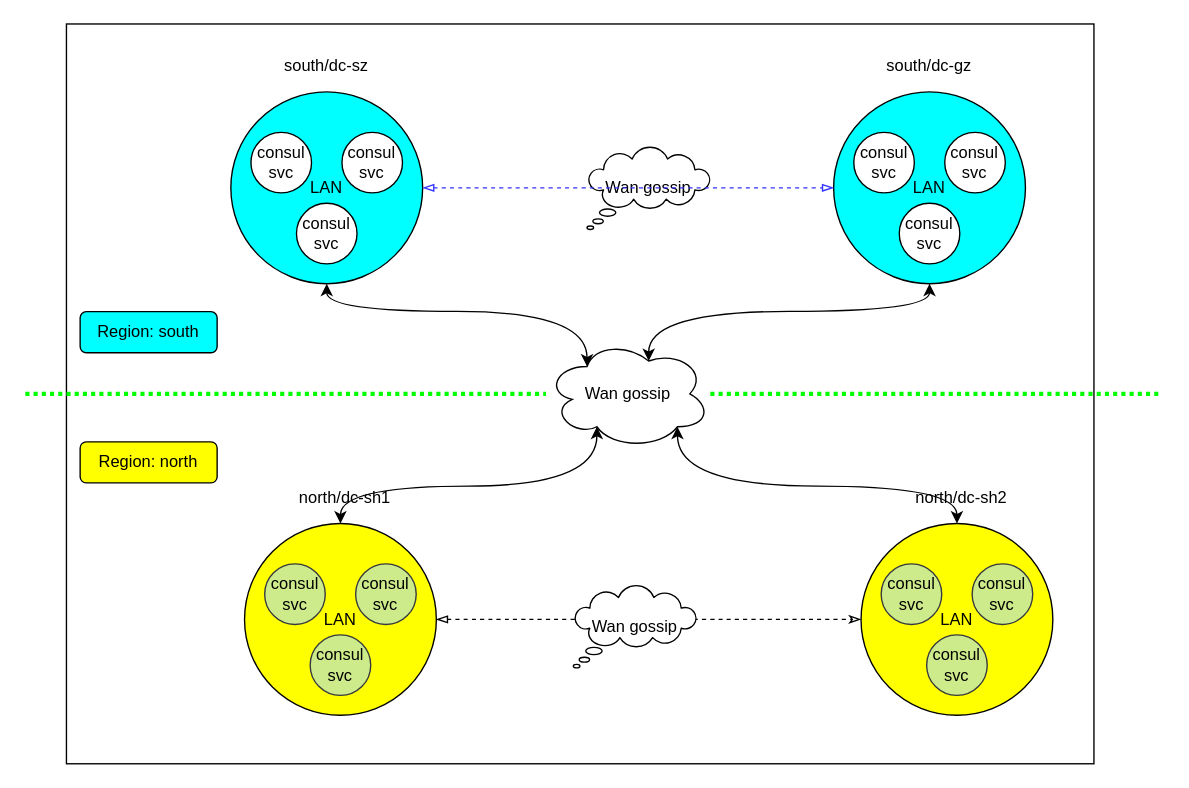
The draw.io diagram page "consul dc" (13 of 13) of sidecar.drawio in xinguai/asmshare, before the edit. Source tidied: cells renumbered, new cells numbered last; positions are measured from the earlier drawing's top-left corner, leaving out a move shared by most shapes. Both pictures are drawn from the tidied source at 137%, with x=0, y=0 at pixel (25, 23).
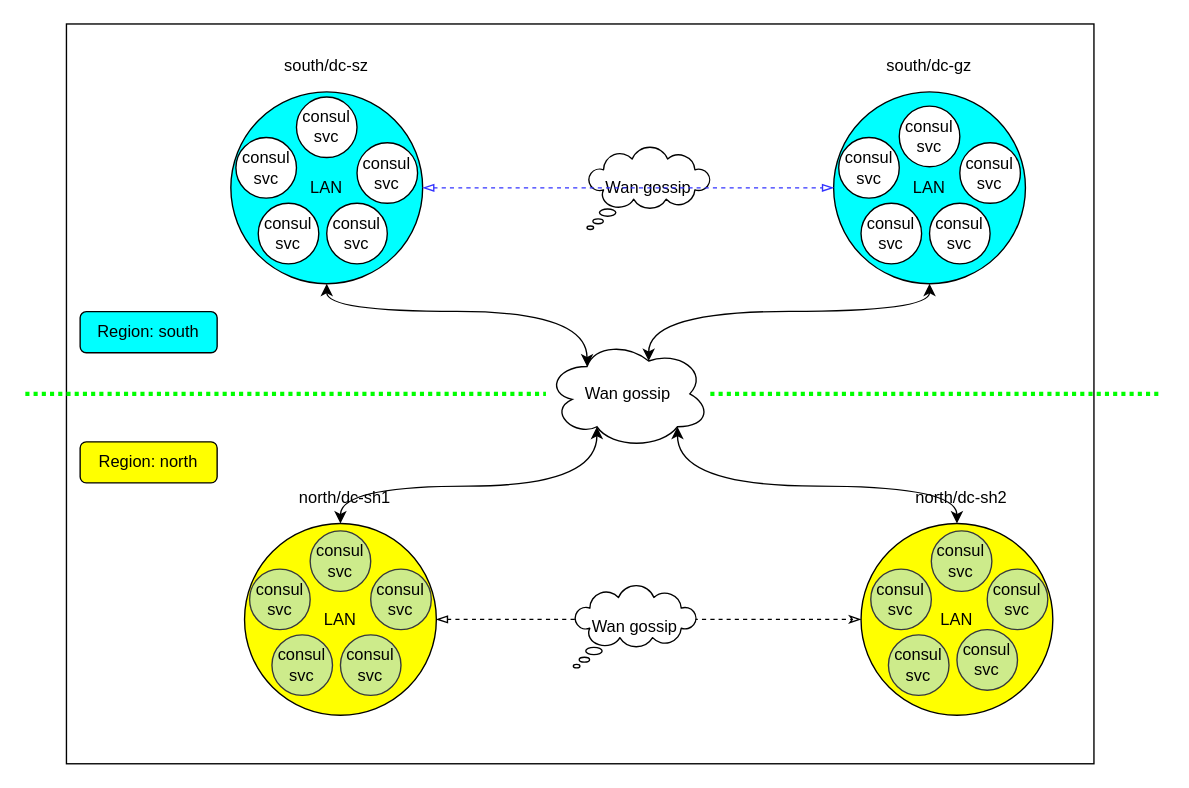
The same diagram, later.

The change refers to these unchanged cells:
```xml
<mxCell id="6" style="group;" parent="1" vertex="1">
  <mxGeometry x="150" y="20" width="140" height="170" as="geometry" />
</mxCell>
<mxCell id="14" style="group;" parent="1" vertex="1">
  <mxGeometry x="590" y="20" width="140" height="170" as="geometry" />
</mxCell>
<mxCell id="22" style="group;" parent="1" vertex="1">
  <mxGeometry x="160" y="335" width="140" height="170" as="geometry" />
</mxCell>
<mxCell id="28" style="group;" parent="1" vertex="1">
  <mxGeometry x="610" y="335" width="140" height="170" as="geometry" />
</mxCell>
```

What changed in the source:
```diff
@@
     <mxCell id="9" value="consul&lt;br&gt;svc" style="ellipse;whiteSpace=wrap;html=1;" parent="6" vertex="1">
-      <mxGeometry x="14.7" y="59.1" width="44.2" height="44.2" as="geometry" />
+      <mxGeometry x="47.9" y="33.3" width="44.2" height="44.2" as="geometry" />
     </mxCell>
     <mxCell id="10" value="consul&lt;br&gt;svc" style="ellipse;whiteSpace=wrap;html=1;" parent="6" vertex="1">
-      <mxGeometry x="81.1" y="59.1" width="44.2" height="44.2" as="geometry" />
+      <mxGeometry x="92.1" y="66.7" width="44.2" height="44.2" as="geometry" />
     </mxCell>
     <mxCell id="11" value="consul&lt;br&gt;svc" style="ellipse;whiteSpace=wrap;html=1;" parent="6" vertex="1">
-      <mxGeometry x="47.9" y="110.9" width="44.2" height="44.2" as="geometry" />
+      <mxGeometry x="70" y="110.9" width="44.2" height="44.2" as="geometry" />
     </mxCell>
+    <mxCell id="40" value="consul&lt;br&gt;svc" style="ellipse;whiteSpace=wrap;html=1;" parent="6" vertex="1">
+      <mxGeometry x="3.7" y="62.9" width="44.2" height="44.2" as="geometry" />
+    </mxCell>
+    <mxCell id="41" value="consul&lt;br&gt;svc" style="ellipse;whiteSpace=wrap;html=1;" parent="6" vertex="1">
+      <mxGeometry x="20" y="110.9" width="44.2" height="44.2" as="geometry" />
+    </mxCell>
@@
     <mxCell id="17" value="consul&lt;br&gt;svc" style="ellipse;whiteSpace=wrap;html=1;" parent="14" vertex="1">
-      <mxGeometry x="14.7" y="59.1" width="44.2" height="44.2" as="geometry" />
+      <mxGeometry x="47.9" y="40" width="44.2" height="44.2" as="geometry" />
     </mxCell>
     <mxCell id="18" value="consul&lt;br&gt;svc" style="ellipse;whiteSpace=wrap;html=1;" parent="14" vertex="1">
-      <mxGeometry x="81.1" y="59.1" width="44.2" height="44.2" as="geometry" />
+      <mxGeometry x="92.1" y="66.7" width="44.2" height="44.2" as="geometry" />
     </mxCell>
     <mxCell id="19" value="consul&lt;br&gt;svc" style="ellipse;whiteSpace=wrap;html=1;" parent="14" vertex="1">
-      <mxGeometry x="47.9" y="110.9" width="44.2" height="44.2" as="geometry" />
+      <mxGeometry x="70" y="110.9" width="44.2" height="44.2" as="geometry" />
     </mxCell>
+    <mxCell id="42" value="consul&lt;br&gt;svc" style="ellipse;whiteSpace=wrap;html=1;" parent="14" vertex="1">
+      <mxGeometry x="3.7" y="62.9" width="44.2" height="44.2" as="geometry" />
+    </mxCell>
+    <mxCell id="43" value="consul&lt;br&gt;svc" style="ellipse;whiteSpace=wrap;html=1;" parent="14" vertex="1">
+      <mxGeometry x="20" y="110.9" width="44.2" height="44.2" as="geometry" />
+    </mxCell>
@@
     <mxCell id="25" value="consul&lt;br&gt;svc" style="ellipse;whiteSpace=wrap;html=1;fillColor=#cdeb8b;strokeColor=#36393d;" parent="22" vertex="1">
-      <mxGeometry x="14.7" y="59.1" width="44.2" height="44.2" as="geometry" />
+      <mxGeometry x="47.9" y="35" width="44.2" height="44.2" as="geometry" />
     </mxCell>
     <mxCell id="26" value="consul&lt;br&gt;svc" style="ellipse;whiteSpace=wrap;html=1;fillColor=#cdeb8b;strokeColor=#36393d;" parent="22" vertex="1">
-      <mxGeometry x="81.1" y="59.1" width="44.2" height="44.2" as="geometry" />
+      <mxGeometry x="92.1" y="62.9" width="44.2" height="44.2" as="geometry" />
     </mxCell>
     <mxCell id="27" value="consul&lt;br&gt;svc" style="ellipse;whiteSpace=wrap;html=1;fillColor=#cdeb8b;strokeColor=#36393d;" parent="22" vertex="1">
-      <mxGeometry x="47.9" y="110.9" width="44.2" height="44.2" as="geometry" />
+      <mxGeometry x="70" y="110.9" width="44.2" height="44.2" as="geometry" />
     </mxCell>
+    <mxCell id="44" value="consul&lt;br&gt;svc" style="ellipse;whiteSpace=wrap;html=1;fillColor=#cdeb8b;strokeColor=#36393d;" parent="22" vertex="1">
+      <mxGeometry x="3.7" y="62.9" width="44.2" height="44.2" as="geometry" />
+    </mxCell>
+    <mxCell id="45" value="consul&lt;br&gt;svc" style="ellipse;whiteSpace=wrap;html=1;fillColor=#cdeb8b;strokeColor=#36393d;" parent="22" vertex="1">
+      <mxGeometry x="20" y="110.9" width="44.2" height="44.2" as="geometry" />
+    </mxCell>
@@
     <mxCell id="31" value="consul&lt;br&gt;svc" style="ellipse;whiteSpace=wrap;html=1;fillColor=#cdeb8b;strokeColor=#36393d;" parent="28" vertex="1">
-      <mxGeometry x="14.7" y="59.1" width="44.2" height="44.2" as="geometry" />
+      <mxGeometry x="51.3" y="35" width="44.2" height="44.2" as="geometry" />
     </mxCell>
     <mxCell id="32" value="consul&lt;br&gt;svc" style="ellipse;whiteSpace=wrap;html=1;fillColor=#cdeb8b;strokeColor=#36393d;" parent="28" vertex="1">
-      <mxGeometry x="81.1" y="59.1" width="44.2" height="44.2" as="geometry" />
+      <mxGeometry x="92.1" y="62.9" width="44.2" height="44.2" as="geometry" />
     </mxCell>
     <mxCell id="33" value="consul&lt;br&gt;svc" style="ellipse;whiteSpace=wrap;html=1;fillColor=#cdeb8b;strokeColor=#36393d;" parent="28" vertex="1">
-      <mxGeometry x="47.9" y="110.9" width="44.2" height="44.2" as="geometry" />
+      <mxGeometry x="70" y="107.1" width="44.2" height="44.2" as="geometry" />
     </mxCell>
+    <mxCell id="46" value="consul&lt;br&gt;svc" style="ellipse;whiteSpace=wrap;html=1;fillColor=#cdeb8b;strokeColor=#36393d;" parent="28" vertex="1">
+      <mxGeometry x="7.1" y="62.9" width="44.2" height="44.2" as="geometry" />
+    </mxCell>
+    <mxCell id="47" value="consul&lt;br&gt;svc" style="ellipse;whiteSpace=wrap;html=1;fillColor=#cdeb8b;strokeColor=#36393d;" parent="28" vertex="1">
+      <mxGeometry x="20" y="110.9" width="44.2" height="44.2" as="geometry" />
+    </mxCell>
```
